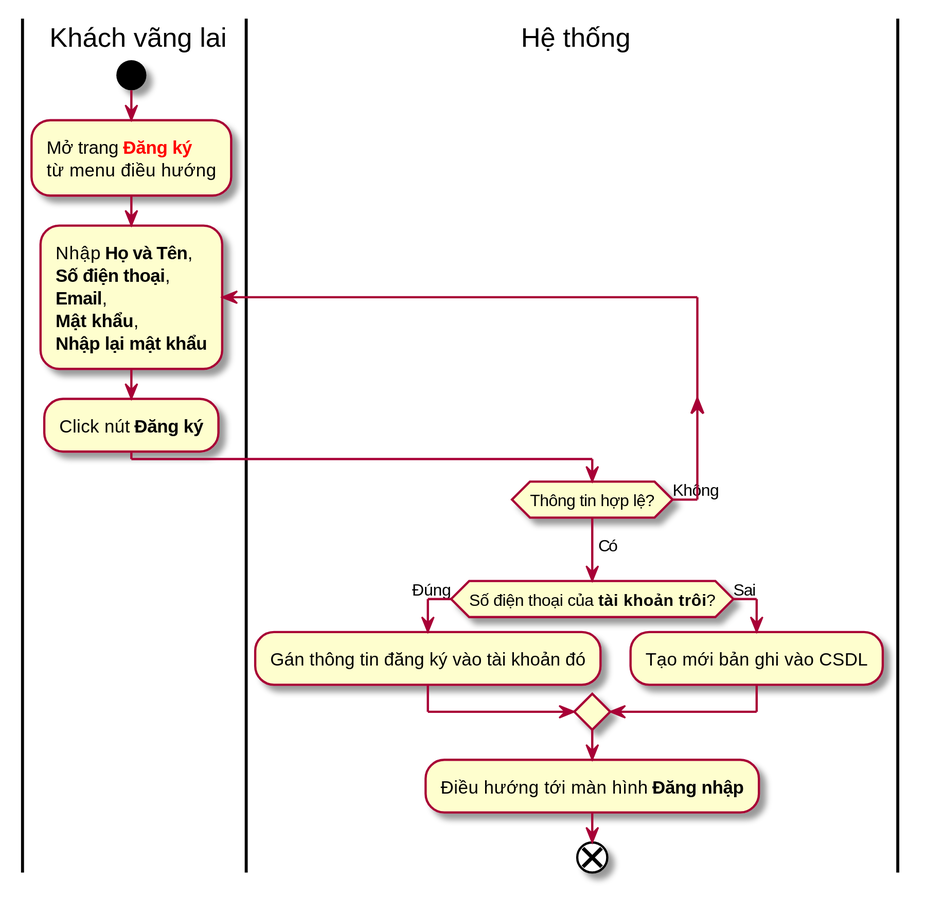
Earlier version of the PlantUML export Documents/working/Giap/usecases_and_flow_charts/register.svg (tungdduy/funixCP).
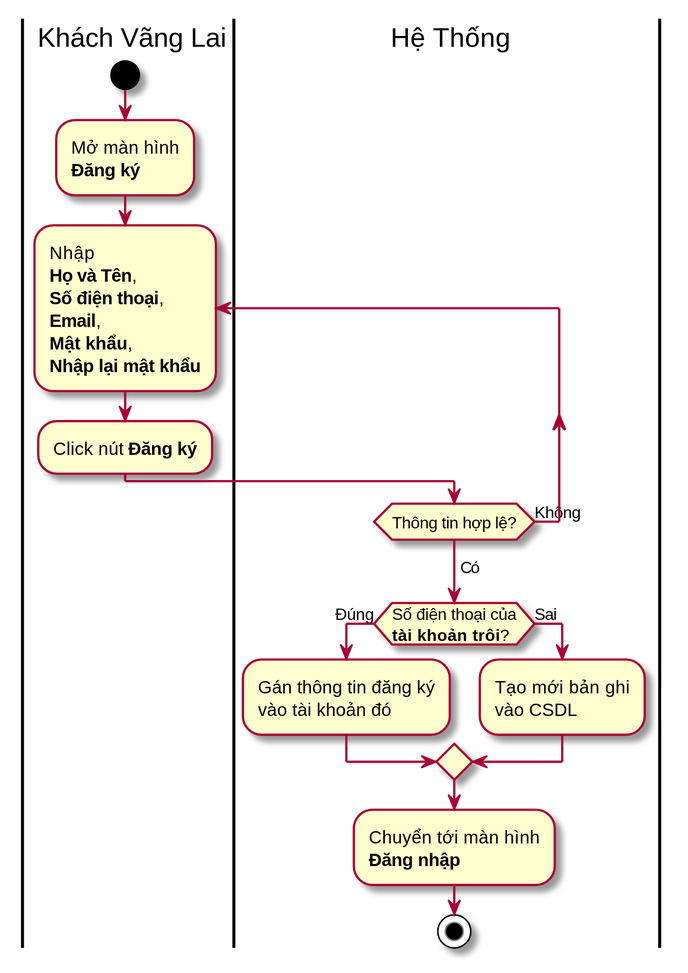
Later version of the same file.

Diff of the diagram source:
```diff
@@ -1,20 +1,34 @@
 @startuml
 skinparam dpi 200
 
-|User| Khách vãng lai
-start
-:Mở trang <b><color:red>Đăng ký</color></b>
-từ menu điều hướng;
-repeat :Nhập <b>Họ và Tên</b>,\n<b>Số điện thoại</b>,\n<b>Email</b>,\n<b>Mật khẩu</b>,\n<b>Nhập lại mật khẩu</b>;
-	:Click nút <b>Đăng ký</b>;
-|System| Hệ thống
-repeat while (Thông tin hợp lệ?) is (Không)
-->Có;
-if (Số điện thoại của <b>tài khoản trôi</b>?) is (Đúng) then
-	:Gán thông tin đăng ký vào tài khoản đó;
-else (Sai)
-	:Tạo mới bản ghi vào CSDL;
-endif
-:Điều hướng tới màn hình <b>Đăng nhập</b>;
-end;
+|User| Khách Vãng Lai
+	start
+
+	:Mở màn hình
+	<b>Đăng ký</b>;
+
+	repeat :Nhập\n<b>Họ và Tên</b>,\n<b>Số điện thoại</b>,\n<b>Email</b>,\n<b>Mật khẩu</b>,\n<b>Nhập lại mật khẩu</b>;
+
+		:Click nút <b>Đăng ký</b>;
+
+|System| Hệ Thống
+		repeat while (Thông tin hợp lệ?) is (Không)
+	->Có;
+
+	if (Số điện thoại của\n<b>tài khoản trôi</b>?) is (Đúng) then
+
+		:Gán thông tin đăng ký
+		vào tài khoản đó;
+
+	else (Sai)
+
+		:Tạo mới bản ghi
+		vào CSDL;
+
+	endif
+
+	:Chuyển tới màn hình
+	<b>Đăng nhập</b>;
+
+	stop
 @enduml
```
